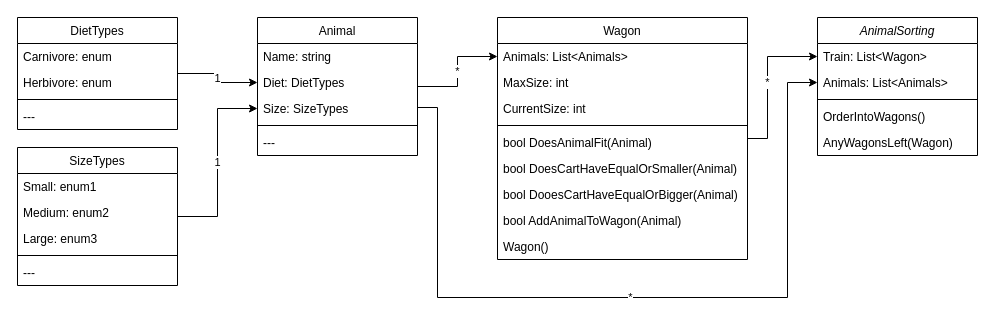
Crafter2000x/AlgoritmiekSemester2 keeps this draw.io diagram as Circustrein/Circustrein klassendiagram.drawio. Above is the earlier version. Source tidied: cells renumbered, new cells numbered last; positions are measured from the earlier drawing's top-left corner, leaving out a move shared by most shapes. Both pictures are drawn from the tidied source at 100%, with x=0, y=0 at pixel (17, 17).
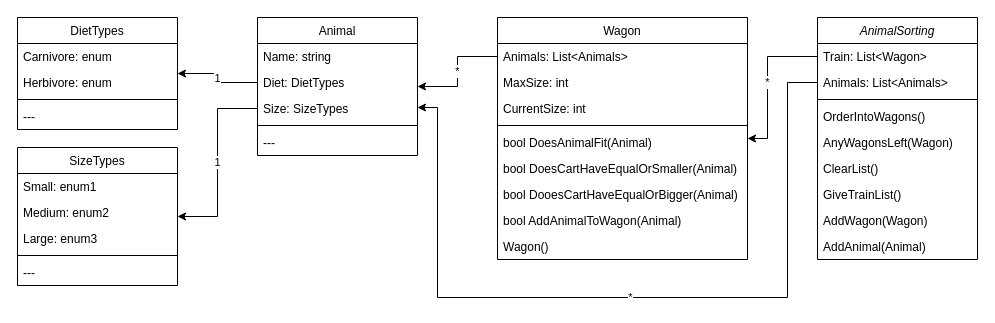
Above is the later version.

Commit message (it also covers changes not shown here):
Updated every list to allign more with OO princibels Updated class diagrams to be more in-depth

The change refers to these unchanged cells:
```xml
<mxCell id="3" value="Train: List&lt;Wagon&gt;" style="text;align=left;verticalAlign=top;spacingLeft=4;spacingRight=4;overflow=hidden;points=[[0,0.5],[1,0.5]];portConstraint=eastwest;rounded=0;shadow=0;html=0;" parent="2" vertex="1">
  <mxGeometry y="26" width="160" height="26" as="geometry" />
</mxCell>
<mxCell id="4" value="Animals: List&lt;Animals&gt; " style="text;align=left;verticalAlign=top;spacingLeft=4;spacingRight=4;overflow=hidden;points=[[0,0.5],[1,0.5]];portConstraint=eastwest;" parent="2" vertex="1">
  <mxGeometry y="52" width="160" height="26" as="geometry" />
</mxCell>
<mxCell id="10" value="Animal" style="swimlane;fontStyle=0;align=center;verticalAlign=top;horizontal=1;startSize=26;rounded=0;shadow=0;strokeWidth=1;" parent="1" vertex="1">
  <mxGeometry x="240" width="160" height="138" as="geometry" />
</mxCell>
<mxCell id="12" value="Diet: DietTypes&#10;" style="text;align=left;verticalAlign=top;spacingLeft=4;spacingRight=4;overflow=hidden;points=[[0,0.5],[1,0.5]];portConstraint=eastwest;rounded=0;shadow=0;html=0;" parent="10" vertex="1">
  <mxGeometry y="52" width="160" height="26" as="geometry" />
</mxCell>
<mxCell id="13" value="Size: SizeTypes&#10;" style="text;align=left;verticalAlign=top;spacingLeft=4;spacingRight=4;overflow=hidden;points=[[0,0.5],[1,0.5]];portConstraint=eastwest;rounded=0;shadow=0;html=0;" parent="10" vertex="1">
  <mxGeometry y="78" width="160" height="26" as="geometry" />
</mxCell>
<mxCell id="17" value="DietTypes" style="swimlane;fontStyle=0;align=center;verticalAlign=top;horizontal=1;startSize=26;rounded=0;shadow=0;strokeWidth=1;" parent="1" vertex="1">
  <mxGeometry width="160" height="112" as="geometry" />
</mxCell>
<mxCell id="23" value="SizeTypes" style="swimlane;fontStyle=0;align=center;verticalAlign=top;horizontal=1;startSize=26;rounded=0;shadow=0;strokeWidth=1;" parent="1" vertex="1">
  <mxGeometry y="130" width="160" height="138" as="geometry" />
</mxCell>
<mxCell id="30" value="Wagon" style="swimlane;fontStyle=0;align=center;verticalAlign=top;horizontal=1;startSize=26;rounded=0;shadow=0;strokeWidth=1;" parent="1" vertex="1">
  <mxGeometry x="480" width="250" height="242" as="geometry" />
</mxCell>
<mxCell id="31" value="Animals: List&lt;Animals&gt; " style="text;align=left;verticalAlign=top;spacingLeft=4;spacingRight=4;overflow=hidden;points=[[0,0.5],[1,0.5]];portConstraint=eastwest;" parent="30" vertex="1">
  <mxGeometry y="26" width="250" height="26" as="geometry" />
</mxCell>
```

Diff of the diagram source:
```diff
@@
     <mxCell id="2" value="AnimalSorting" style="swimlane;fontStyle=2;align=center;verticalAlign=top;horizontal=1;startSize=26;rounded=0;shadow=0;strokeWidth=1;" parent="1" vertex="1">
-      <mxGeometry x="800" width="160" height="138" as="geometry" />
+      <mxGeometry x="800" width="160" height="242" as="geometry" />
     </mxCell>
@@
+    <mxCell id="40" value="ClearList()" style="text;align=left;verticalAlign=top;spacingLeft=4;spacingRight=4;overflow=hidden;" parent="2" vertex="1">
+      <mxGeometry y="138" width="160" height="26" as="geometry" />
+    </mxCell>
+    <mxCell id="41" value="GiveTrainList()" style="text;align=left;verticalAlign=top;spacingLeft=4;spacingRight=4;overflow=hidden;" parent="2" vertex="1">
+      <mxGeometry y="164" width="160" height="26" as="geometry" />
+    </mxCell>
+    <mxCell id="42" value="AddWagon(Wagon)" style="text;align=left;verticalAlign=top;spacingLeft=4;spacingRight=4;overflow=hidden;" parent="2" vertex="1">
+      <mxGeometry y="190" width="160" height="26" as="geometry" />
+    </mxCell>
+    <mxCell id="43" value="AddAnimal(Animal)" style="text;align=left;verticalAlign=top;spacingLeft=4;spacingRight=4;overflow=hidden;" parent="2" vertex="1">
+      <mxGeometry y="216" width="160" height="26" as="geometry" />
+    </mxCell>
-    <mxCell id="8" value="*" style="edgeStyle=orthogonalEdgeStyle;rounded=0;jettySize=auto;html=1;entryX=0;entryY=0.5;entryDx=0;entryDy=0;" parent="1" edge="1" source="10" target="31">
+    <mxCell id="8" value="*" style="edgeStyle=orthogonalEdgeStyle;rounded=0;jettySize=auto;html=1;entryX=0;entryY=0.5;entryDx=0;entryDy=0;endArrow=none;endFill=0;startArrow=classic;startFill=1;" parent="1" edge="1" source="10" target="31">
       <mxGeometry relative="1" as="geometry" />
     </mxCell>
-    <mxCell id="9" value="*" style="edgeStyle=orthogonalEdgeStyle;rounded=0;jettySize=auto;html=1;entryX=0;entryY=0.5;entryDx=0;entryDy=0;" parent="1" edge="1" source="10" target="4">
+    <mxCell id="9" value="*" style="edgeStyle=orthogonalEdgeStyle;rounded=0;jettySize=auto;html=1;entryX=0;entryY=0.5;entryDx=0;entryDy=0;endArrow=none;endFill=0;startArrow=classic;startFill=1;" parent="1" edge="1" source="10" target="4">
       <mxGeometry relative="1" as="geometry">
         <Array as="points">
           <mxPoint x="420" y="90" />
           <mxPoint x="420" y="280" />
           <mxPoint x="770" y="280" />
           <mxPoint x="770" y="65" />
         </Array>
       </mxGeometry>
     </mxCell>
@@
-    <mxCell id="16" value="1" style="edgeStyle=orthogonalEdgeStyle;rounded=0;jettySize=auto;html=1;" parent="1" edge="1" source="17" target="12">
+    <mxCell id="16" value="1" style="edgeStyle=orthogonalEdgeStyle;rounded=0;jettySize=auto;html=1;endArrow=none;endFill=0;startArrow=classic;startFill=1;" parent="1" edge="1" source="17" target="12">
       <mxGeometry relative="1" as="geometry" />
     </mxCell>
@@
-    <mxCell id="22" value="1" style="edgeStyle=orthogonalEdgeStyle;rounded=0;jettySize=auto;html=1;" parent="1" edge="1" source="23" target="13">
+    <mxCell id="22" value="1" style="edgeStyle=orthogonalEdgeStyle;rounded=0;jettySize=auto;html=1;endArrow=none;endFill=0;startArrow=classic;startFill=1;" parent="1" edge="1" source="23" target="13">
       <mxGeometry relative="1" as="geometry">
         <Array as="points">
           <mxPoint x="200" y="199" />
           <mxPoint x="200" y="91" />
         </Array>
       </mxGeometry>
     </mxCell>
@@
-    <mxCell id="29" value="*" style="edgeStyle=orthogonalEdgeStyle;rounded=0;jettySize=auto;html=1;" parent="1" edge="1" source="30" target="3">
+    <mxCell id="29" value="*" style="edgeStyle=orthogonalEdgeStyle;rounded=0;jettySize=auto;html=1;endArrow=none;endFill=0;strokeWidth=1;endSize=6;startArrow=classic;startFill=1;" parent="1" edge="1" source="30" target="3">
       <mxGeometry relative="1" as="geometry">
         <Array as="points">
           <mxPoint x="750" y="121" />
           <mxPoint x="750" y="39" />
         </Array>
       </mxGeometry>
     </mxCell>
```
